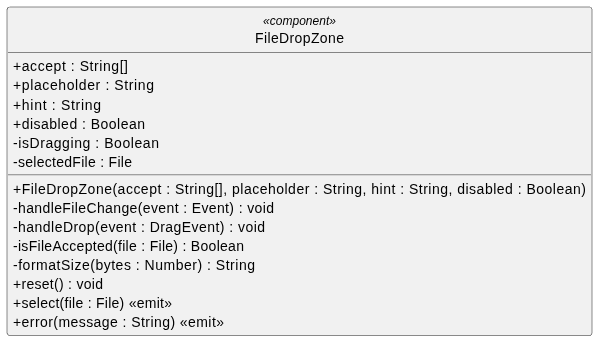
Above: src/PB/DocumentazioneEsterna/Specifica_Tecnica/content/05-diagrammi-classi/uml/png/frontend/componenti/FileDropZone.png in GroupRubberDuck/Documentazione (PlantUML), before the change. Its source is kept beside it as src/PB/DocumentazioneEsterna/Specifica_Tecnica/content/05-diagrammi-classi/uml/puml/Frontend/componenti_base/FileDropZone.puml.
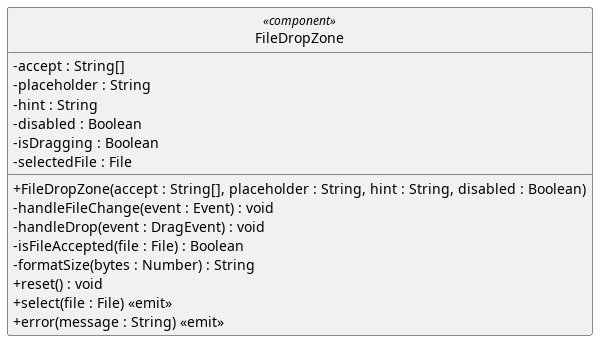
The same diagram one commit later.

Change to the diagram source:
```diff
@@ -8,10 +8,10 @@
 
 
 class FileDropZone <<component>> {
-  + accept : String[]
-  +  placeholder : String
-  +  hint : String
-  +  disabled : Boolean
+  - accept : String[]
+  -  placeholder : String
+  -  hint : String
+  -  disabled : Boolean
   - isDragging : Boolean
   - selectedFile : File
 
```
